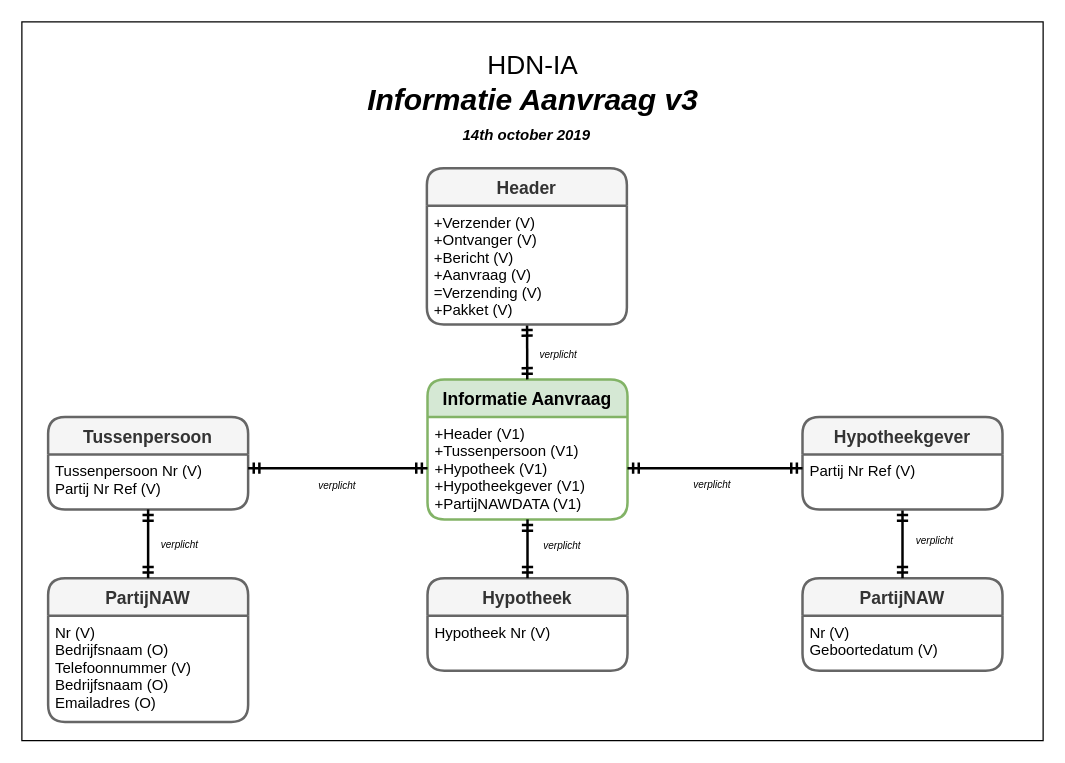
luchthandel/diagrams keeps this draw.io diagram as page "IA-bericht Variant" (5 of 17) of 3rdPartyDatasharing-HDN-IA-IX.drawio. Above is the earlier version. Source tidied: cells renumbered, new cells numbered last; positions are measured from the earlier drawing's top-left corner, leaving out a move shared by most shapes. Both pictures are drawn from the tidied source at 125%, with x=0, y=0 at pixel (21, 21).
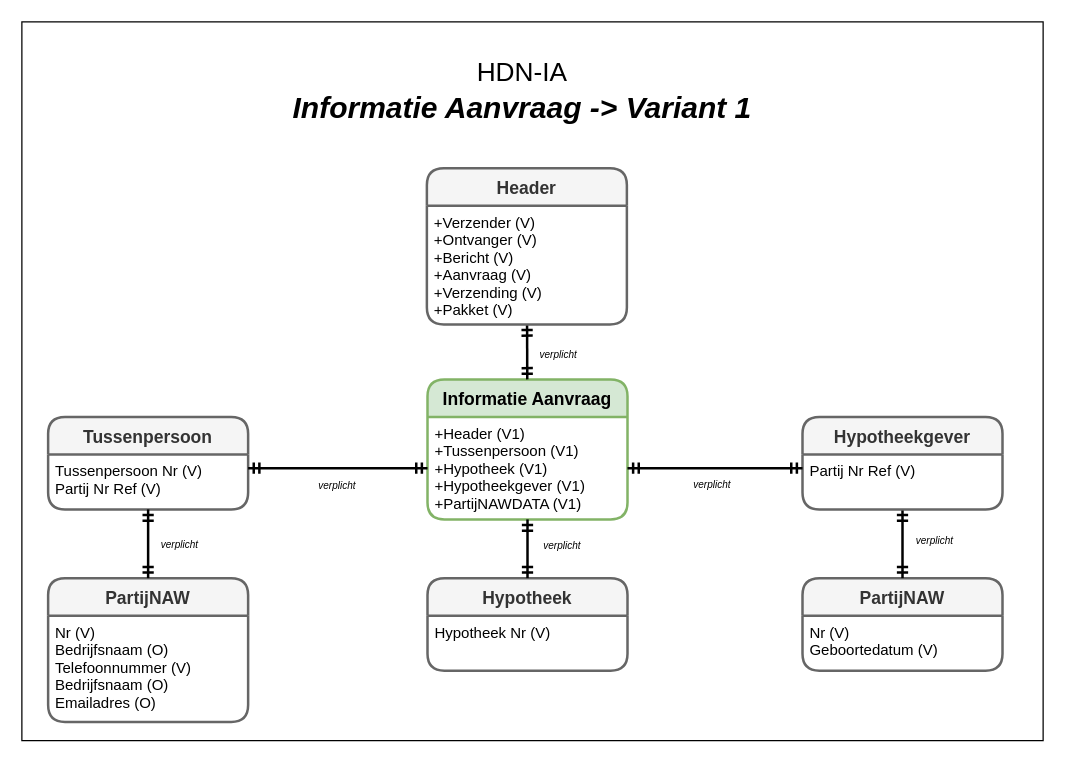
Above is the later version.

The change refers to these unchanged cells:
```xml
<mxCell id="18" value="Header" style="swimlane;horizontal=1;startSize=30;fillColor=#f5f5f5;rounded=1;fontSize=14;fontStyle=1;strokeWidth=2;shadow=0;dashed=0;align=center;strokeColor=#666666;fontColor=#333333;" parent="1" vertex="1">
  <mxGeometry x="324" y="117" width="160" height="125" as="geometry" />
</mxCell>
```

Change to the diagram source:
```diff
@@
-    <mxCell id="19" value="+Verzender (V)&#10;+Ontvanger (V)&#10;+Bericht (V)&#10;+Aanvraag (V)&#10;=Verzending (V)&#10;+Pakket (V)" style="align=left;strokeColor=none;fillColor=none;spacingLeft=4;fontSize=12;verticalAlign=top;" parent="18" vertex="1">
+    <mxCell id="19" value="+Verzender (V)&#10;+Ontvanger (V)&#10;+Bericht (V)&#10;+Aanvraag (V)&#10;+Verzending (V)&#10;+Pakket (V)" style="align=left;strokeColor=none;fillColor=none;spacingLeft=4;fontSize=12;verticalAlign=top;" parent="18" vertex="1">
       <mxGeometry y="30" width="160" height="95" as="geometry" />
     </mxCell>
@@
-    <mxCell id="25" style="group;" parent="1" vertex="1">
-      <mxGeometry x="259.5" y="21.5" width="298" height="78.5" as="geometry" />
-    </mxCell>
-    <mxCell id="26" value="&lt;font style=&quot;font-size: 21px&quot;&gt;HDN-IA&lt;/font&gt;&lt;b style=&quot;font-size: 24px ; font-style: italic&quot;&gt;&lt;br&gt;Informatie Aanvraag v3&lt;/b&gt;" style="text;html=1;strokeColor=none;fillColor=none;align=center;verticalAlign=middle;whiteSpace=wrap;rounded=0;" parent="25" vertex="1">
-      <mxGeometry width="298" height="52" as="geometry" />
-    </mxCell>
-    <mxCell id="27" value="&lt;font&gt;&lt;b&gt;&lt;i&gt;14th october 2019&lt;/i&gt;&lt;/b&gt;&lt;br&gt;&lt;/font&gt;" style="text;html=1;strokeColor=none;fillColor=none;align=center;verticalAlign=middle;whiteSpace=wrap;rounded=0;" parent="25" vertex="1">
-      <mxGeometry x="74" y="59.5" width="140" height="19" as="geometry" />
-    </mxCell>
@@
+    <mxCell id="32" style="group;" parent="1" vertex="1">
+      <mxGeometry x="179" y="28" width="443" height="79" as="geometry" />
+    </mxCell>
+    <mxCell id="33" value="&lt;font style=&quot;font-size: 21px&quot;&gt;HDN-IA&lt;/font&gt;&lt;b style=&quot;font-size: 24px ; font-style: italic&quot;&gt;&lt;br&gt;Informatie Aanvraag -&amp;gt; Variant 1&lt;/b&gt;" style="text;html=1;strokeColor=none;fillColor=none;align=center;verticalAlign=middle;whiteSpace=wrap;rounded=0;" parent="32" vertex="1">
+      <mxGeometry width="443" height="52.3" as="geometry" />
+    </mxCell>
+    <mxCell id="34" value="&lt;font&gt;&lt;br&gt;&lt;/font&gt;" style="text;html=1;strokeColor=none;fillColor=none;align=center;verticalAlign=middle;whiteSpace=wrap;rounded=0;" parent="32" vertex="1">
+      <mxGeometry x="110" y="59.9" width="208.1" height="19.1" as="geometry" />
+    </mxCell>
```
